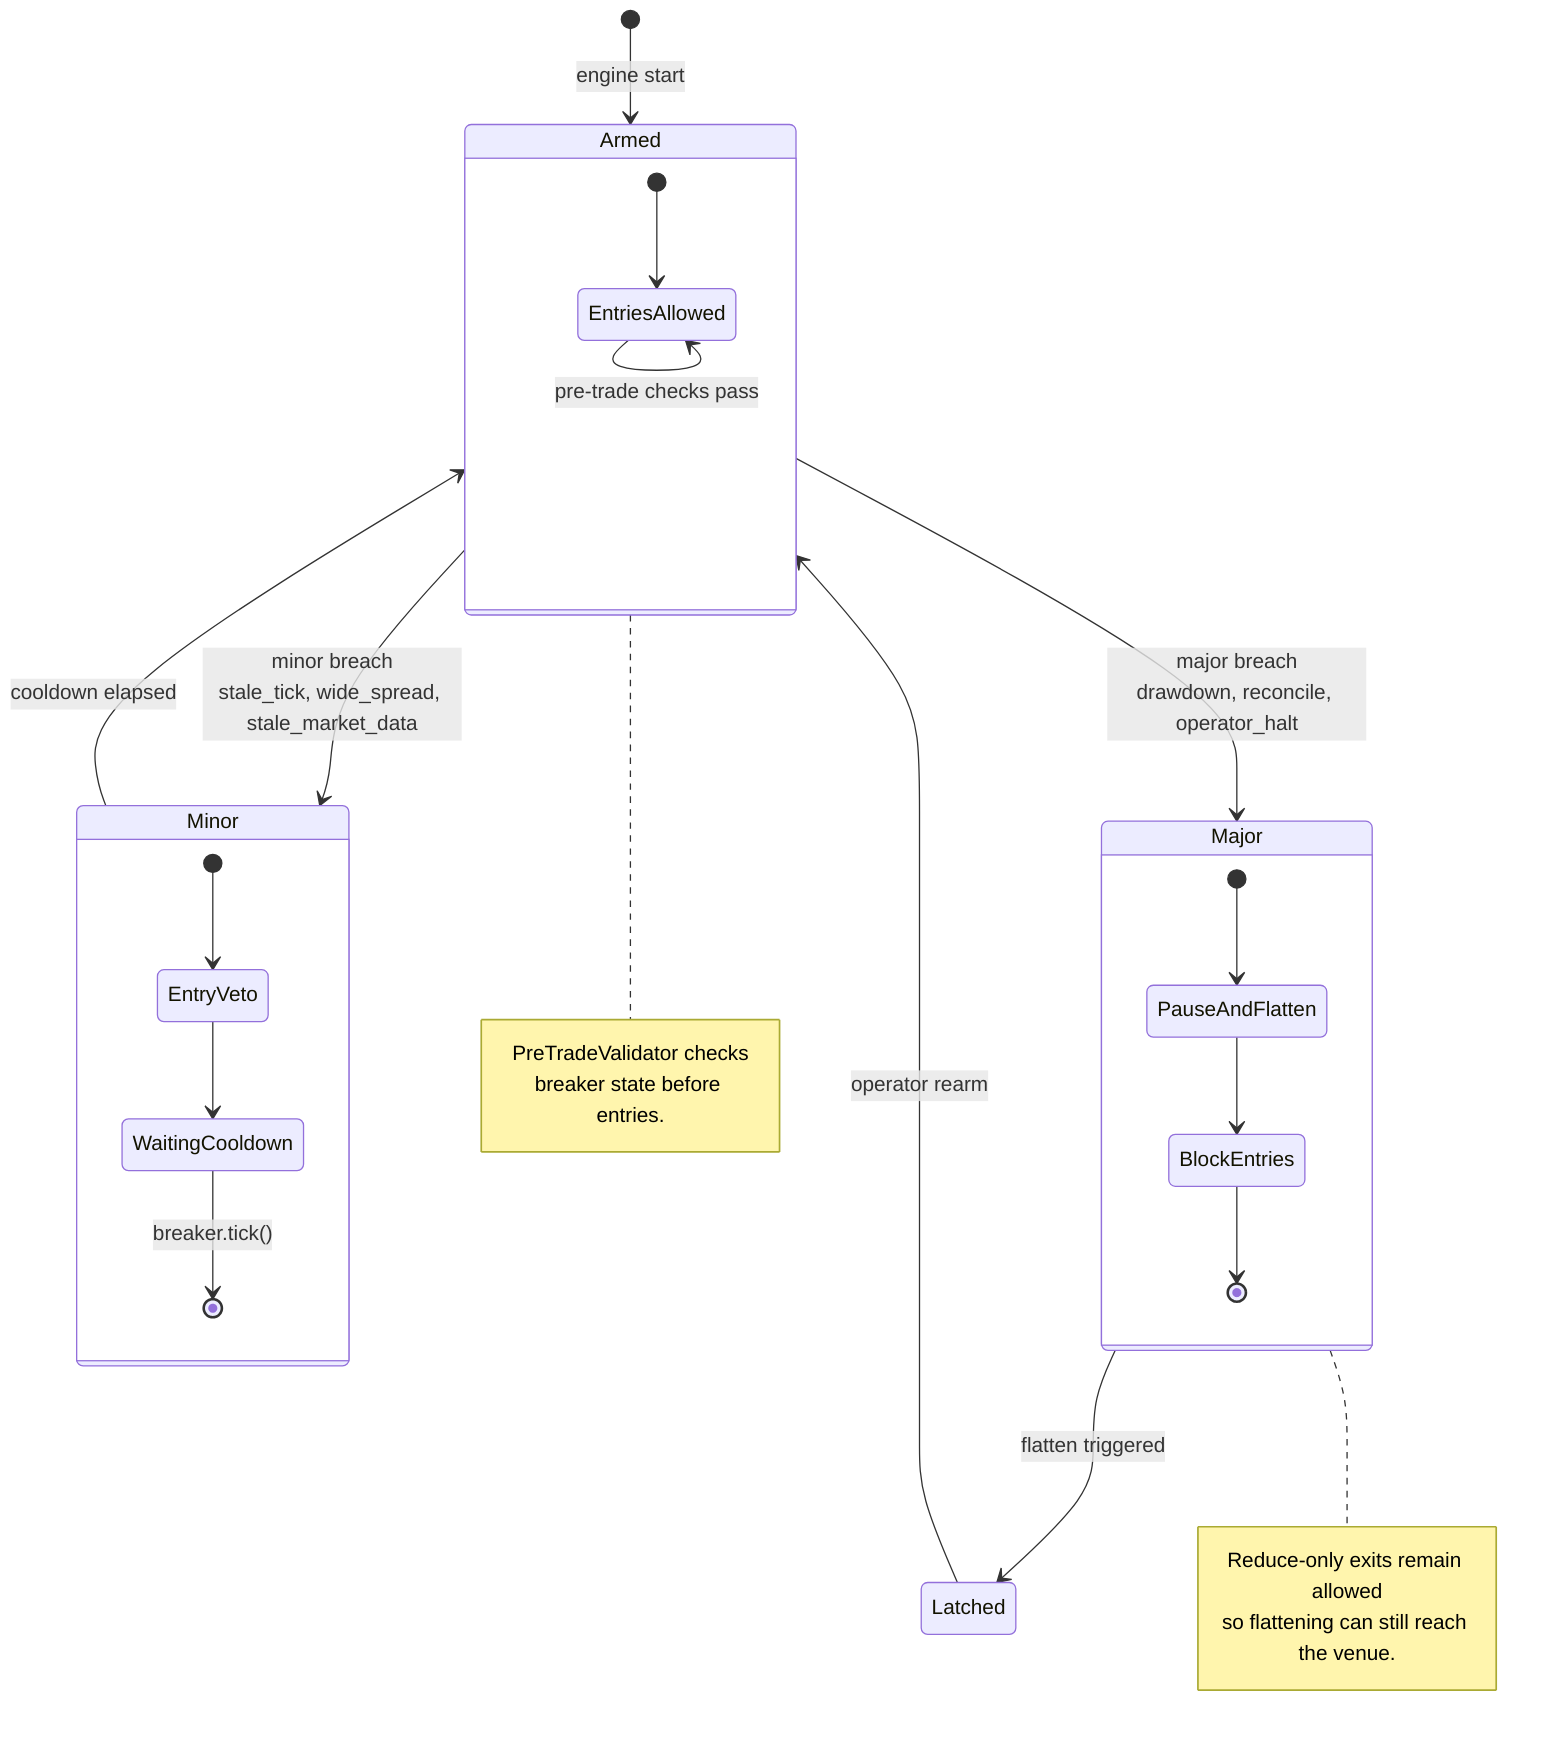
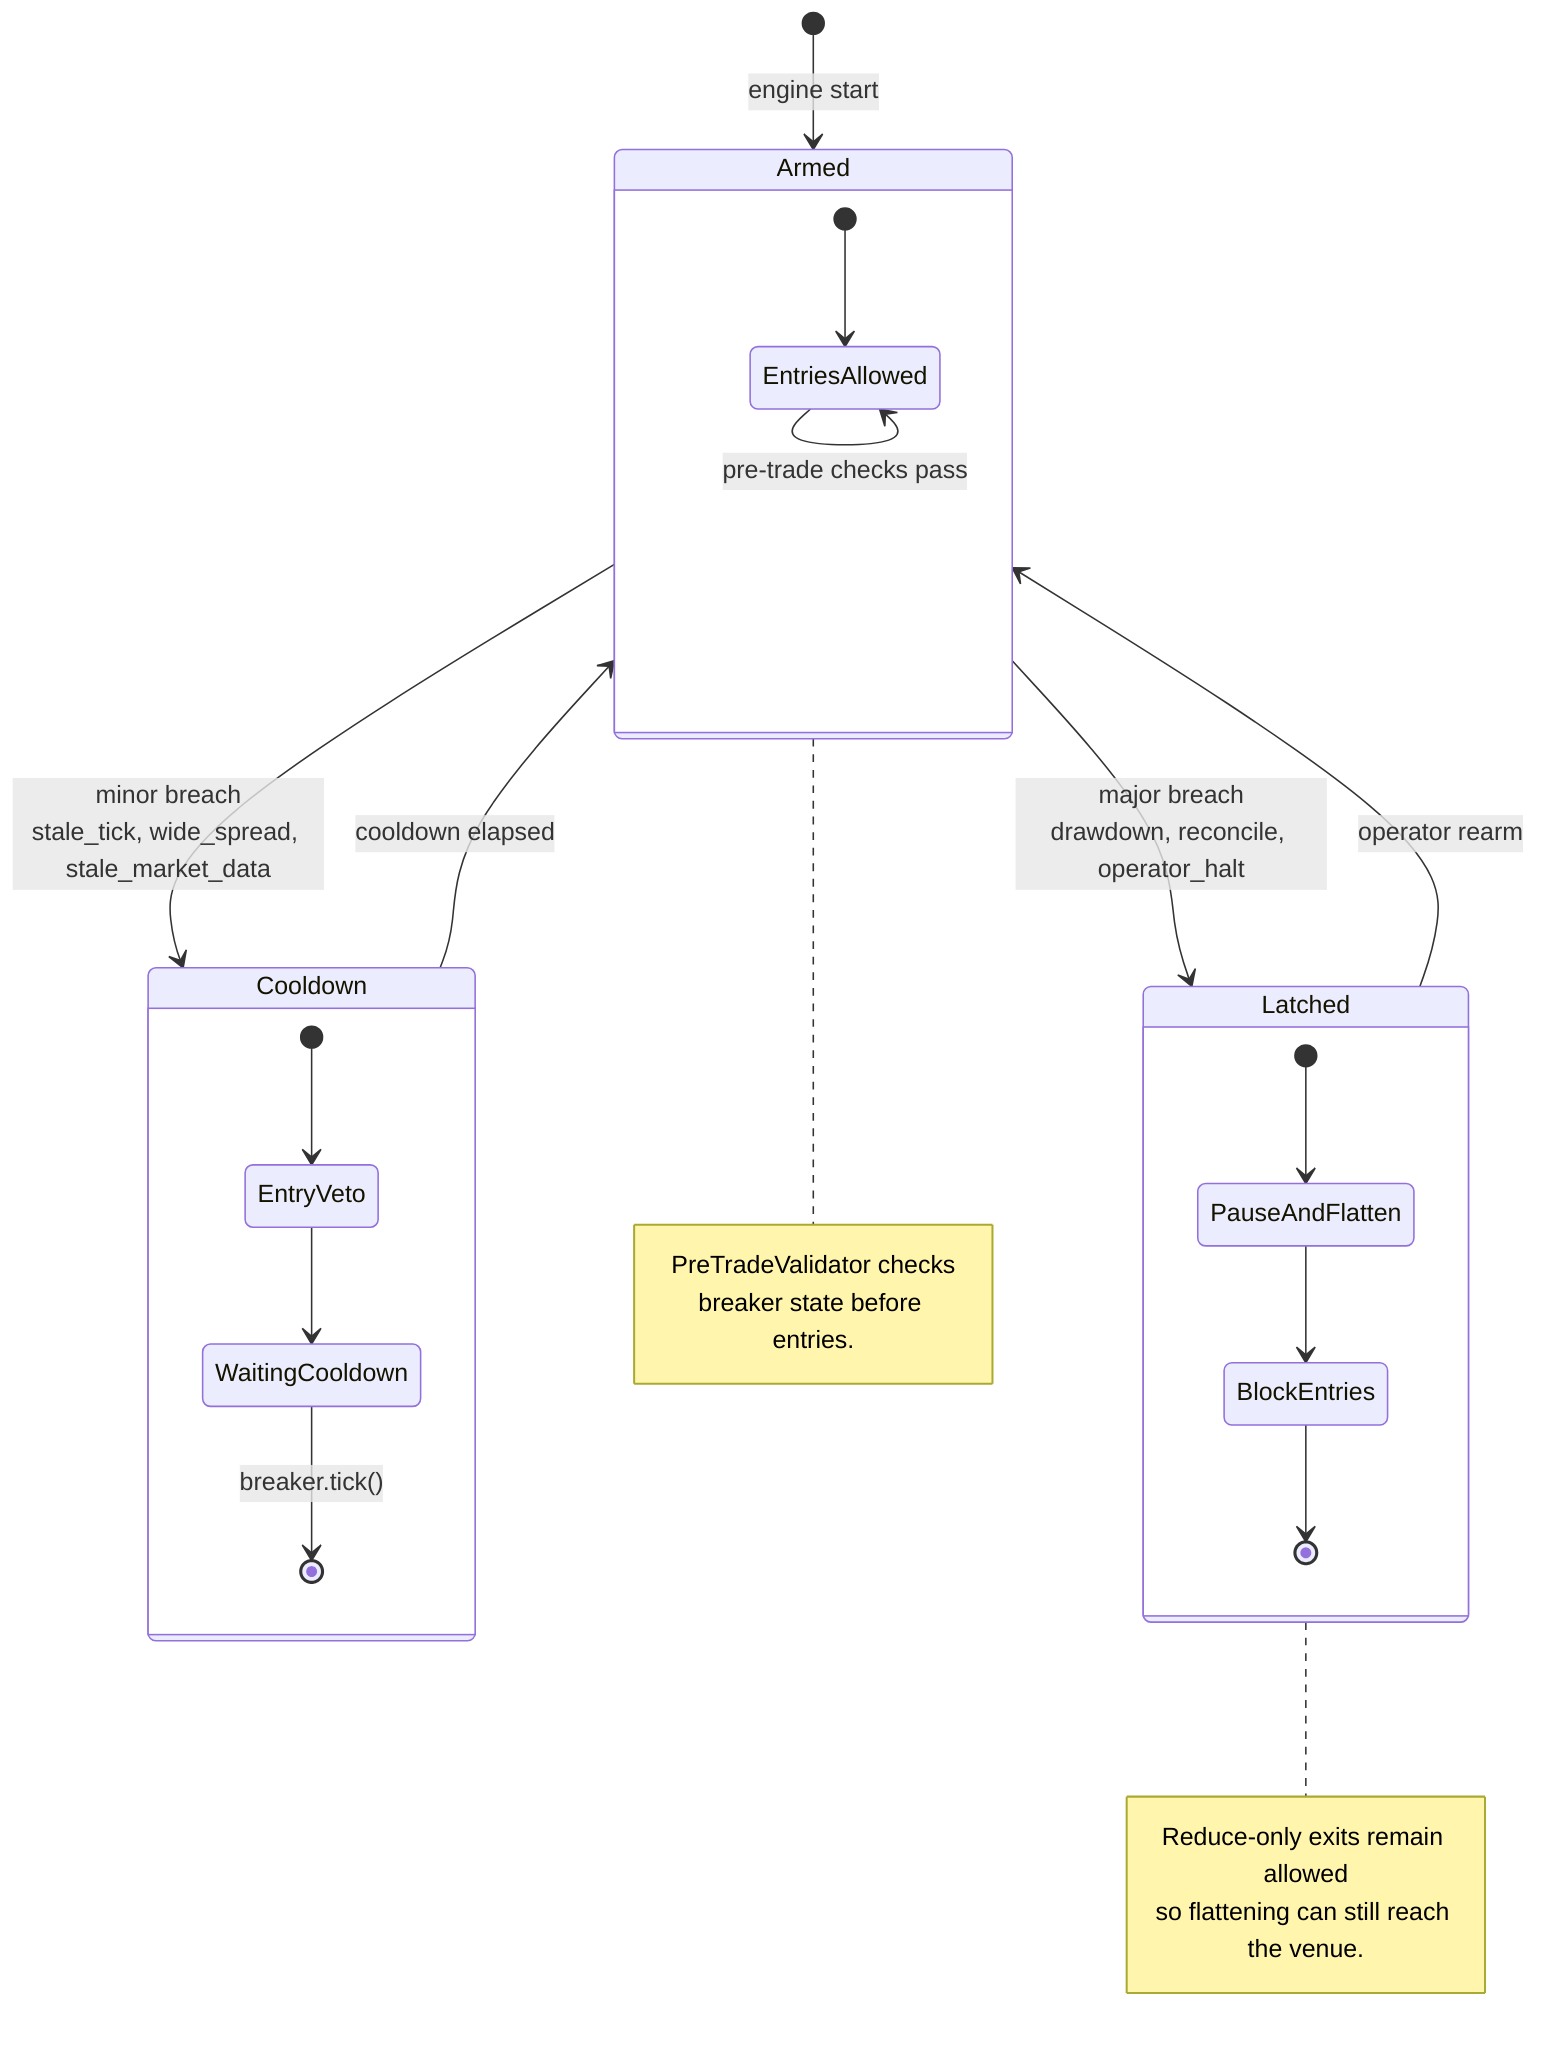
%% Circuit breaker state machine - one breaker, many trigger codes
stateDiagram-v2
    [*] --> Armed: engine start

-     Armed --> Minor: minor breach<br/>stale_tick, wide_spread, stale_market_data
-     Minor --> Armed: cooldown elapsed
+     Armed --> Cooldown: minor breach<br/>stale_tick, wide_spread, stale_market_data
+     Cooldown --> Armed: cooldown elapsed

-     Armed --> Major: major breach<br/>drawdown, reconcile, operator_halt
-     Major --> Latched: flatten triggered
+     Armed --> Latched: major breach<br/>drawdown, reconcile, operator_halt
    Latched --> Armed: operator rearm

    state Armed {
        [*] --> EntriesAllowed
        EntriesAllowed --> EntriesAllowed: pre-trade checks pass
    }

-     state Minor {
+     state Cooldown {
        [*] --> EntryVeto
        EntryVeto --> WaitingCooldown
        WaitingCooldown --> [*]: breaker.tick()
    }

-     state Major {
+     state Latched {
        [*] --> PauseAndFlatten
        PauseAndFlatten --> BlockEntries
        BlockEntries --> [*]
    }

    note right of Armed
        PreTradeValidator checks
        breaker state before entries.
    end note

-     note right of Major
+     note right of Latched
        Reduce-only exits remain allowed
        so flattening can still reach the venue.
    end note
